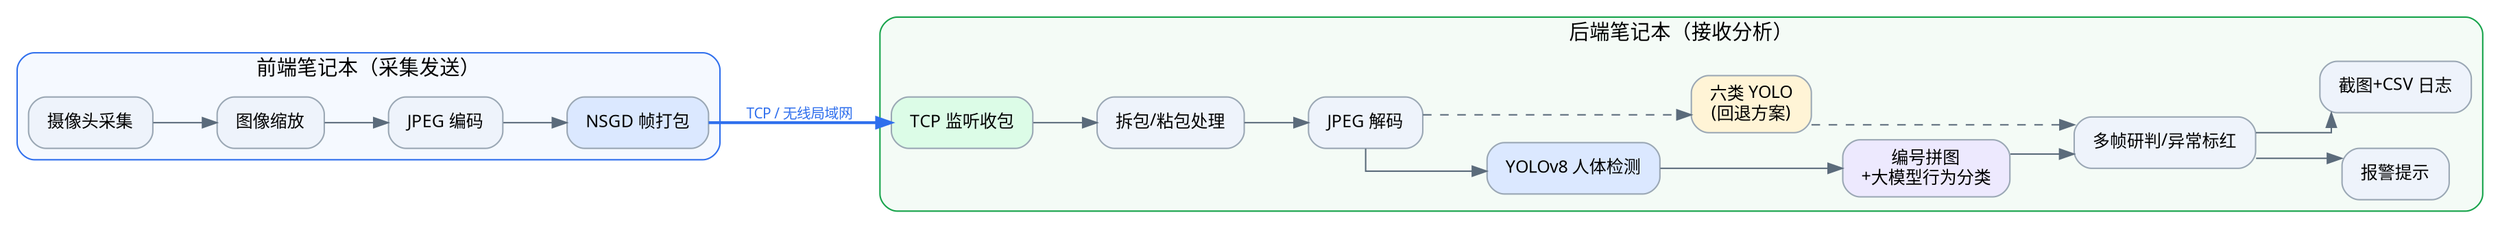
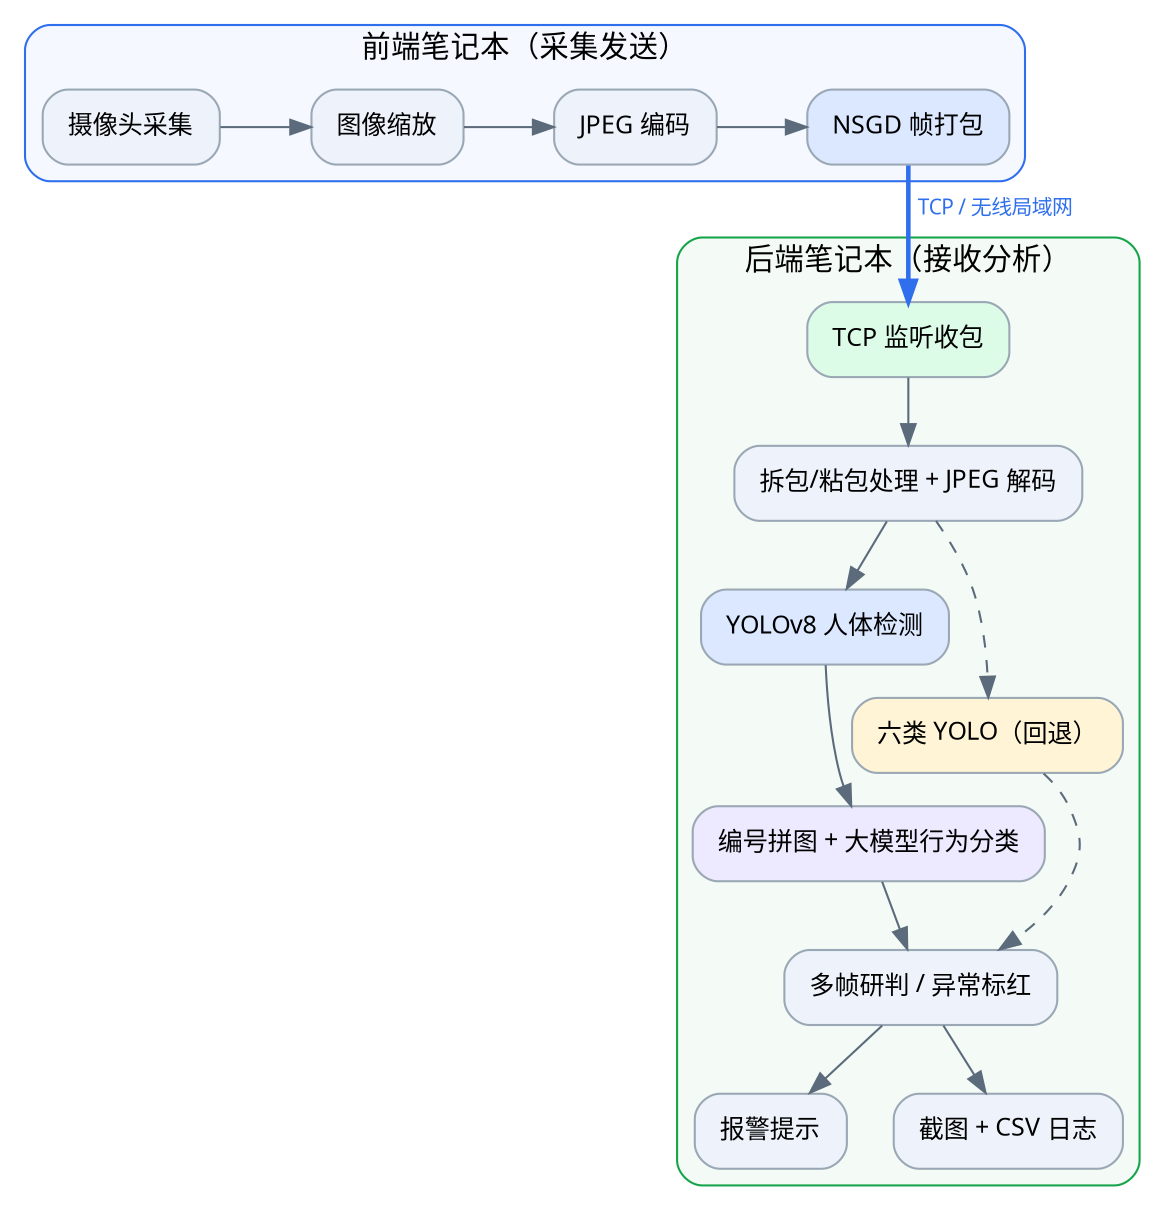
digraph architecture {
-   graph [charset="UTF-8", rankdir=LR, splines=ortho, nodesep=0.35, ranksep=0.6, fontname="WenQuanYi Zen Hei", bgcolor="white"];
-   node  [fontname="WenQuanYi Zen Hei", shape=box, style="rounded,filled", color="#9aa7b4", fillcolor="#eef3fb", fontsize=12, margin="0.18,0.10"];
+   graph [charset="UTF-8", rankdir=TB, nodesep=0.30, ranksep=0.45, fontname="WenQuanYi Zen Hei", bgcolor="white"];
+   node  [fontname="WenQuanYi Zen Hei", shape=box, style="rounded,filled", color="#9aa7b4", fillcolor="#eef3fb", fontsize=12, margin="0.16,0.09"];
  edge  [fontname="WenQuanYi Zen Hei", color="#5b6b7b", fontsize=10];

  subgraph cluster_front {
    label="前端笔记本（采集发送）"; fontname="WenQuanYi Zen Hei"; color="#2f6fed"; style="rounded"; bgcolor="#f5f9ff";
    A1 [label="摄像头采集"]; A2 [label="图像缩放"]; A3 [label="JPEG 编码"]; A4 [label="NSGD 帧打包", fillcolor="#dbe8ff"];
-     A1 -> A2 -> A3 -> A4;
+     { rank=same; A1 -> A2 -> A3 -> A4; }
  }

  subgraph cluster_back {
    label="后端笔记本（接收分析）"; fontname="WenQuanYi Zen Hei"; color="#16a34a"; style="rounded"; bgcolor="#f4fbf6";
-     B1 [label="TCP 监听收包", fillcolor="#dcfce7"]; B2 [label="拆包/粘包处理"]; B3 [label="JPEG 解码"];
-     B4 [label="YOLOv8 人体检测", fillcolor="#dbe8ff"]; B5 [label="编号拼图\n+大模型行为分类", fillcolor="#ede9fe"];
-     B6 [label="六类 YOLO\n(回退方案)", fillcolor="#fff4d6"];
-     B7 [label="多帧研判/异常标红"]; B8 [label="报警提示"]; B9 [label="截图+CSV 日志"];
-     B1 -> B2 -> B3 -> B4 -> B5 -> B7;
-     B3 -> B6 -> B7 [style=dashed];
-     B7 -> B8; B7 -> B9;
+     B1 [label="TCP 监听收包", fillcolor="#dcfce7"];
+     B2 [label="拆包/粘包处理 + JPEG 解码"];
+     B3 [label="YOLOv8 人体检测", fillcolor="#dbe8ff"];
+     B4 [label="编号拼图 + 大模型行为分类", fillcolor="#ede9fe"];
+     B5 [label="多帧研判 / 异常标红"];
+     B6 [label="报警提示"]; B7 [label="截图 + CSV 日志"];
+     BR [label="六类 YOLO（回退）", fillcolor="#fff4d6"];
+     B1 -> B2 -> B3 -> B4 -> B5;
+     B2 -> BR [style=dashed]; BR -> B5 [style=dashed];
+     B5 -> B6; B5 -> B7;
+     { rank=same; B6; B7; }
  }

-   A4 -> B1 [label="  TCP / 无线局域网  ", color="#2f6fed", penwidth=2, fontcolor="#2f6fed"];
+   A4 -> B1 [label="  TCP / 无线局域网  ", color="#2f6fed", penwidth=2.2, fontcolor="#2f6fed"];
}
